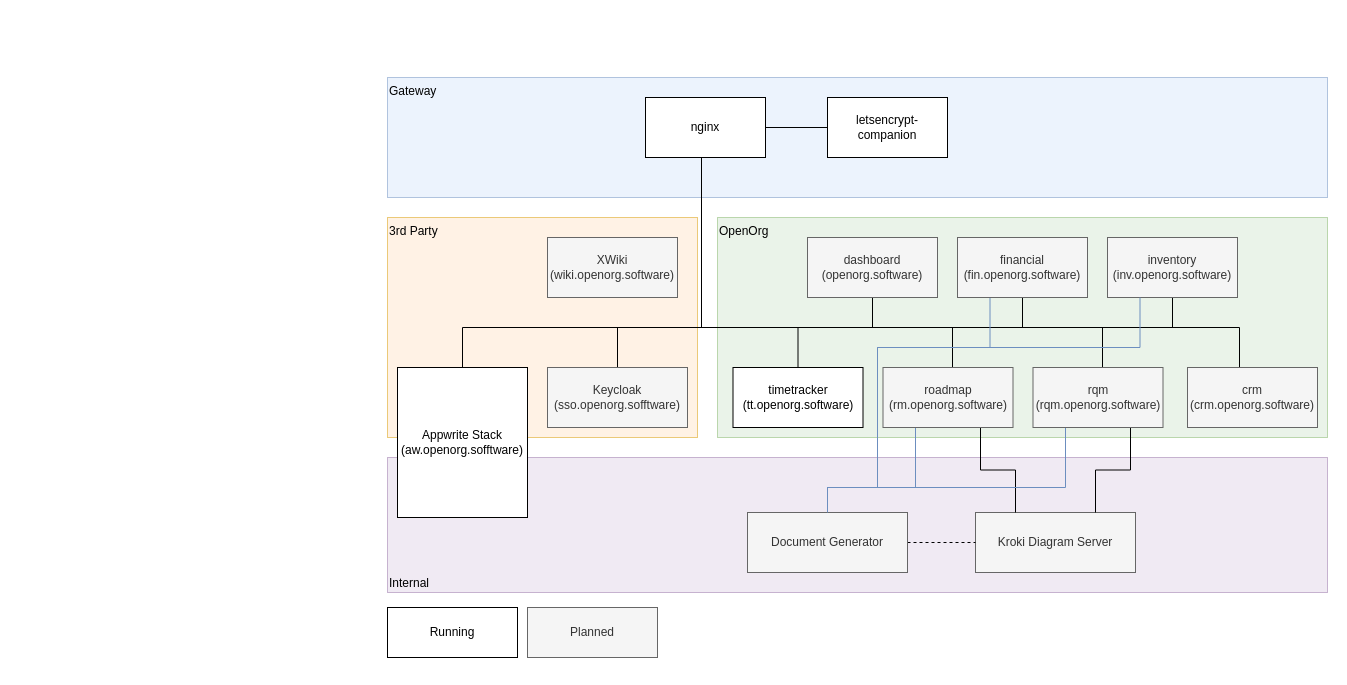
Above: .drawings/overview.drawio in openorg-software/openorg-docker-compose (draw.io), before the change. Source tidied: cells renumbered, new cells numbered last; positions are measured from the earlier drawing's top-left corner, leaving out a move shared by most shapes. Both pictures are drawn from the tidied source at 100%, with x=0, y=0 at pixel (387, 77).
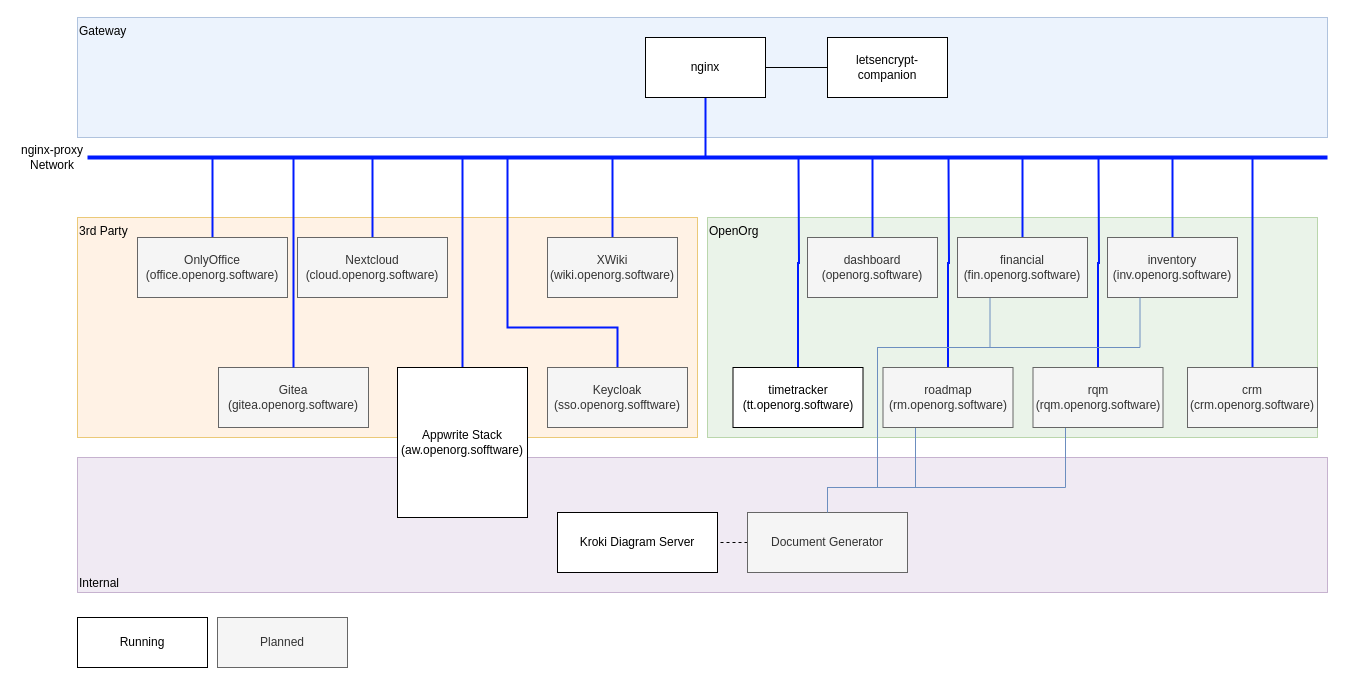
After the change.

Unchanged cells that the change refers to:
```xml
<mxCell id="6" value="Appwrite Stack&lt;br&gt;(aw.openorg.sofftware)" style="rounded=0;whiteSpace=wrap;html=1;" parent="1" vertex="1">
  <mxGeometry x="10" y="290" width="130" height="150" as="geometry" />
</mxCell>
<mxCell id="7" value="timetracker&lt;br&gt;(tt.openorg.software)" style="rounded=0;whiteSpace=wrap;html=1;" parent="1" vertex="1">
  <mxGeometry x="345.5" y="290" width="130" height="60" as="geometry" />
</mxCell>
<mxCell id="20" value="Keycloak&lt;br&gt;(sso.openorg.sofftware)" style="rounded=0;whiteSpace=wrap;html=1;fillColor=#f5f5f5;strokeColor=#666666;fontColor=#333333;" parent="1" vertex="1">
  <mxGeometry x="160" y="290" width="140" height="60" as="geometry" />
</mxCell>
<mxCell id="24" value="roadmap&lt;br&gt;(rm.openorg.software)" style="rounded=0;whiteSpace=wrap;html=1;fillColor=#f5f5f5;strokeColor=#666666;fontColor=#333333;" parent="1" vertex="1">
  <mxGeometry x="495.5" y="290" width="130" height="60" as="geometry" />
</mxCell>
<mxCell id="27" value="rqm&lt;br&gt;(rqm.openorg.software)" style="rounded=0;whiteSpace=wrap;html=1;fillColor=#f5f5f5;strokeColor=#666666;fontColor=#333333;" parent="1" vertex="1">
  <mxGeometry x="645.5" y="290" width="130" height="60" as="geometry" />
</mxCell>
<mxCell id="28" value="dashboard&lt;br&gt;(openorg.software)" style="rounded=0;whiteSpace=wrap;html=1;sketch=0;glass=0;fillColor=#f5f5f5;strokeColor=#666666;fontColor=#333333;" parent="1" vertex="1">
  <mxGeometry x="420" y="160" width="130" height="60" as="geometry" />
</mxCell>
<mxCell id="29" value="crm&lt;br&gt;(crm.openorg.software)" style="rounded=0;whiteSpace=wrap;html=1;fillColor=#f5f5f5;strokeColor=#666666;fontColor=#333333;" parent="1" vertex="1">
  <mxGeometry x="800" y="290" width="130" height="60" as="geometry" />
</mxCell>
<mxCell id="33" value="financial&lt;br&gt;(fin.openorg.software)" style="rounded=0;whiteSpace=wrap;html=1;fillColor=#f5f5f5;strokeColor=#666666;fontColor=#333333;" parent="1" vertex="1">
  <mxGeometry x="570" y="160" width="130" height="60" as="geometry" />
</mxCell>
<mxCell id="34" value="inventory&lt;br&gt;(inv.openorg.software)" style="rounded=0;whiteSpace=wrap;html=1;fillColor=#f5f5f5;strokeColor=#666666;fontColor=#333333;" parent="1" vertex="1">
  <mxGeometry x="720" y="160" width="130" height="60" as="geometry" />
</mxCell>
<mxCell id="36" value="Document Generator" style="rounded=0;whiteSpace=wrap;html=1;fillColor=#f5f5f5;strokeColor=#666666;fontColor=#333333;" parent="1" vertex="1">
  <mxGeometry x="360" y="435" width="160" height="60" as="geometry" />
</mxCell>
<mxCell id="37" value="XWiki&lt;br&gt;(wiki.openorg.software)" style="rounded=0;whiteSpace=wrap;html=1;fillColor=#f5f5f5;strokeColor=#666666;fontColor=#333333;" parent="1" vertex="1">
  <mxGeometry x="160" y="160" width="130" height="60" as="geometry" />
</mxCell>
```

Diff of the diagram source:
```diff
@@
     <mxCell id="2" value="Internal" style="rounded=0;whiteSpace=wrap;html=1;align=left;verticalAlign=bottom;opacity=50;fillColor=#e1d5e7;strokeColor=#9673a6;" parent="1" vertex="1">
-      <mxGeometry y="380" width="940" height="135" as="geometry" />
+      <mxGeometry x="-310" y="380" width="1250" height="135" as="geometry" />
     </mxCell>
     <mxCell id="3" value="Gateway" style="rounded=0;whiteSpace=wrap;html=1;align=left;verticalAlign=top;fillColor=#dae8fc;strokeColor=#6c8ebf;opacity=50;" parent="1" vertex="1">
-      <mxGeometry width="940" height="120" as="geometry" />
+      <mxGeometry x="-310" y="-60" width="1250" height="120" as="geometry" />
     </mxCell>
     <mxCell id="4" value="OpenOrg" style="rounded=0;whiteSpace=wrap;html=1;align=left;verticalAlign=top;opacity=50;fillColor=#d5e8d4;strokeColor=#82b366;" parent="1" vertex="1">
-      <mxGeometry x="330" y="140" width="610" height="220" as="geometry" />
+      <mxGeometry x="320" y="140" width="610" height="220" as="geometry" />
     </mxCell>
     <mxCell id="5" value="3rd Party" style="rounded=0;whiteSpace=wrap;html=1;align=left;verticalAlign=top;opacity=50;fillColor=#ffe6cc;strokeColor=#d79b00;" parent="1" vertex="1">
-      <mxGeometry y="140" width="310" height="220" as="geometry" />
+      <mxGeometry x="-310" y="140" width="620" height="220" as="geometry" />
     </mxCell>
+    <mxCell id="39" style="edgeStyle=orthogonalEdgeStyle;rounded=0;jettySize=auto;html=1;exitX=0.5;exitY=0;exitDx=0;exitDy=0;endArrow=none;endFill=0;strokeColor=#001AFF;strokeWidth=2;" parent="1" edge="1" source="6">
+      <mxGeometry relative="1" as="geometry">
+        <mxPoint x="75" y="80" as="targetPoint" />
+      </mxGeometry>
+    </mxCell>
@@
+    <mxCell id="40" style="edgeStyle=orthogonalEdgeStyle;rounded=0;jettySize=auto;html=1;exitX=0.5;exitY=0;exitDx=0;exitDy=0;endArrow=none;endFill=0;strokeColor=#001AFF;strokeWidth=2;" parent="1" edge="1" source="7">
+      <mxGeometry relative="1" as="geometry">
+        <mxPoint x="411" y="80" as="targetPoint" />
+      </mxGeometry>
+    </mxCell>
@@
-    <mxCell id="9" style="edgeStyle=orthogonalEdgeStyle;rounded=0;jettySize=auto;html=1;exitX=0.5;exitY=1;exitDx=0;exitDy=0;entryX=0.5;entryY=0;entryDx=0;entryDy=0;endArrow=none;endFill=0;" parent="1" edge="1" source="18" target="7">
-      <mxGeometry relative="1" as="geometry">
-        <Array as="points">
-          <mxPoint x="314" y="250" />
-          <mxPoint x="410" y="250" />
-        </Array>
-      </mxGeometry>
-    </mxCell>
-    <mxCell id="10" style="edgeStyle=orthogonalEdgeStyle;rounded=0;jettySize=auto;html=1;exitX=0.5;exitY=1;exitDx=0;exitDy=0;endArrow=none;endFill=0;entryX=0.5;entryY=0;entryDx=0;entryDy=0;" parent="1" edge="1" source="18" target="6">
-      <mxGeometry relative="1" as="geometry">
-        <Array as="points">
-          <mxPoint x="314" y="250" />
-          <mxPoint x="75" y="250" />
-        </Array>
-      </mxGeometry>
-    </mxCell>
-    <mxCell id="11" style="edgeStyle=orthogonalEdgeStyle;rounded=0;jettySize=auto;html=1;exitX=0.5;exitY=1;exitDx=0;exitDy=0;entryX=0.5;entryY=0;entryDx=0;entryDy=0;endArrow=none;endFill=0;" parent="1" edge="1" source="18" target="24">
-      <mxGeometry relative="1" as="geometry">
-        <Array as="points">
-          <mxPoint x="314" y="250" />
-          <mxPoint x="565" y="250" />
-          <mxPoint x="565" y="290" />
-        </Array>
-      </mxGeometry>
-    </mxCell>
-    <mxCell id="12" style="edgeStyle=orthogonalEdgeStyle;rounded=0;jettySize=auto;html=1;exitX=0.5;exitY=1;exitDx=0;exitDy=0;entryX=0.5;entryY=0;entryDx=0;entryDy=0;endArrow=none;endFill=0;" parent="1" edge="1" source="18" target="20">
-      <mxGeometry relative="1" as="geometry">
-        <Array as="points">
-          <mxPoint x="314" y="250" />
-          <mxPoint x="230" y="250" />
-        </Array>
-      </mxGeometry>
-    </mxCell>
-    <mxCell id="13" style="edgeStyle=orthogonalEdgeStyle;rounded=0;jettySize=auto;html=1;exitX=0.5;exitY=1;exitDx=0;exitDy=0;entryX=0.5;entryY=1;entryDx=0;entryDy=0;endArrow=none;endFill=0;" parent="1" edge="1" source="18" target="28">
-      <mxGeometry relative="1" as="geometry">
-        <Array as="points">
-          <mxPoint x="314" y="250" />
-          <mxPoint x="485" y="250" />
-        </Array>
-      </mxGeometry>
-    </mxCell>
-    <mxCell id="14" style="edgeStyle=orthogonalEdgeStyle;rounded=0;jettySize=auto;html=1;exitX=0.5;exitY=1;exitDx=0;exitDy=0;entryX=0.5;entryY=0;entryDx=0;entryDy=0;endArrow=none;endFill=0;" parent="1" edge="1" source="18" target="27">
-      <mxGeometry relative="1" as="geometry">
-        <Array as="points">
-          <mxPoint x="314" y="250" />
-          <mxPoint x="715" y="250" />
-          <mxPoint x="715" y="290" />
-        </Array>
-      </mxGeometry>
-    </mxCell>
-    <mxCell id="15" style="edgeStyle=orthogonalEdgeStyle;rounded=0;jettySize=auto;html=1;exitX=0.5;exitY=1;exitDx=0;exitDy=0;entryX=0.5;entryY=0;entryDx=0;entryDy=0;endArrow=none;endFill=0;" parent="1" edge="1" source="18" target="29">
-      <mxGeometry relative="1" as="geometry">
-        <Array as="points">
-          <mxPoint x="314" y="250" />
-          <mxPoint x="852" y="250" />
-          <mxPoint x="852" y="290" />
-        </Array>
-      </mxGeometry>
-    </mxCell>
-    <mxCell id="16" style="edgeStyle=orthogonalEdgeStyle;rounded=0;jettySize=auto;html=1;exitX=0.5;exitY=1;exitDx=0;exitDy=0;entryX=0.5;entryY=1;entryDx=0;entryDy=0;endArrow=none;endFill=0;" parent="1" edge="1" source="18" target="33">
-      <mxGeometry relative="1" as="geometry">
-        <Array as="points">
-          <mxPoint x="314" y="250" />
-          <mxPoint x="635" y="250" />
-        </Array>
-      </mxGeometry>
-    </mxCell>
-    <mxCell id="17" style="edgeStyle=orthogonalEdgeStyle;rounded=0;jettySize=auto;html=1;exitX=0.5;exitY=1;exitDx=0;exitDy=0;entryX=0.5;entryY=1;entryDx=0;entryDy=0;endArrow=none;endFill=0;" parent="1" edge="1" source="18" target="34">
-      <mxGeometry relative="1" as="geometry">
-        <Array as="points">
-          <mxPoint x="314" y="80" />
-          <mxPoint x="314" y="250" />
-          <mxPoint x="785" y="250" />
-        </Array>
-      </mxGeometry>
-    </mxCell>
+    <mxCell id="41" style="edgeStyle=orthogonalEdgeStyle;rounded=0;jettySize=auto;html=1;exitX=0.5;exitY=1;exitDx=0;exitDy=0;endArrow=none;endFill=0;strokeColor=#001AFF;strokeWidth=2;" parent="1" edge="1" source="18">
+      <mxGeometry relative="1" as="geometry">
+        <mxPoint x="318" y="80" as="targetPoint" />
+      </mxGeometry>
+    </mxCell>
     <mxCell id="18" value="nginx" style="rounded=0;whiteSpace=wrap;html=1;" parent="1" vertex="1">
-      <mxGeometry x="258" y="20" width="120" height="60" as="geometry" />
+      <mxGeometry x="258" y="-40" width="120" height="60" as="geometry" />
     </mxCell>
     <mxCell id="19" value="letsencrypt-companion" style="rounded=0;whiteSpace=wrap;html=1;" parent="1" vertex="1">
-      <mxGeometry x="440" y="20" width="120" height="60" as="geometry" />
+      <mxGeometry x="440" y="-40" width="120" height="60" as="geometry" />
     </mxCell>
+    <mxCell id="42" style="edgeStyle=orthogonalEdgeStyle;rounded=0;jettySize=auto;html=1;exitX=0.5;exitY=0;exitDx=0;exitDy=0;endArrow=none;endFill=0;strokeColor=#001AFF;strokeWidth=2;" parent="1" edge="1" source="20">
+      <mxGeometry relative="1" as="geometry">
+        <mxPoint x="120" y="80" as="targetPoint" />
+        <Array as="points">
+          <mxPoint x="230" y="250" />
+          <mxPoint x="120" y="250" />
+        </Array>
+      </mxGeometry>
+    </mxCell>
@@
-    <mxCell id="21" value="Kroki Diagram Server" style="rounded=0;whiteSpace=wrap;html=1;fillColor=#f5f5f5;strokeColor=#666666;fontColor=#333333;" parent="1" vertex="1">
-      <mxGeometry x="588" y="435" width="160" height="60" as="geometry" />
+    <mxCell id="21" value="Kroki Diagram Server" style="rounded=0;whiteSpace=wrap;html=1;" parent="1" vertex="1">
+      <mxGeometry x="170" y="435" width="160" height="60" as="geometry" />
     </mxCell>
-    <mxCell id="22" style="edgeStyle=orthogonalEdgeStyle;rounded=0;jettySize=auto;html=1;exitX=0.75;exitY=1;exitDx=0;exitDy=0;entryX=0.25;entryY=0;entryDx=0;entryDy=0;endArrow=none;endFill=0;" parent="1" edge="1" source="24" target="21">
-      <mxGeometry relative="1" as="geometry" />
-    </mxCell>
@@
+    <mxCell id="43" style="edgeStyle=orthogonalEdgeStyle;rounded=0;jettySize=auto;html=1;exitX=0.5;exitY=0;exitDx=0;exitDy=0;endArrow=none;endFill=0;strokeColor=#001AFF;strokeWidth=2;" parent="1" edge="1" source="24">
+      <mxGeometry relative="1" as="geometry">
+        <mxPoint x="561" y="80" as="targetPoint" />
+      </mxGeometry>
+    </mxCell>
@@
-    <mxCell id="25" style="edgeStyle=orthogonalEdgeStyle;rounded=0;jettySize=auto;html=1;exitX=0.75;exitY=1;exitDx=0;exitDy=0;entryX=0.75;entryY=0;entryDx=0;entryDy=0;endArrow=none;endFill=0;" parent="1" edge="1" source="27" target="21">
-      <mxGeometry relative="1" as="geometry" />
-    </mxCell>
@@
+    <mxCell id="44" style="edgeStyle=orthogonalEdgeStyle;rounded=0;jettySize=auto;html=1;exitX=0.5;exitY=0;exitDx=0;exitDy=0;endArrow=none;endFill=0;strokeColor=#001AFF;strokeWidth=2;" parent="1" edge="1" source="27">
+      <mxGeometry relative="1" as="geometry">
+        <mxPoint x="711" y="80" as="targetPoint" />
+      </mxGeometry>
+    </mxCell>
@@
+    <mxCell id="45" style="edgeStyle=orthogonalEdgeStyle;rounded=0;jettySize=auto;html=1;exitX=0.5;exitY=0;exitDx=0;exitDy=0;endArrow=none;endFill=0;strokeColor=#001AFF;strokeWidth=2;" parent="1" edge="1" source="28">
+      <mxGeometry relative="1" as="geometry">
+        <mxPoint x="485" y="80" as="targetPoint" />
+      </mxGeometry>
+    </mxCell>
@@
+    <mxCell id="46" style="edgeStyle=orthogonalEdgeStyle;rounded=0;jettySize=auto;html=1;exitX=0.5;exitY=0;exitDx=0;exitDy=0;endArrow=none;endFill=0;strokeColor=#001AFF;strokeWidth=2;" parent="1" edge="1" source="29">
+      <mxGeometry relative="1" as="geometry">
+        <mxPoint x="865" y="80" as="targetPoint" />
+      </mxGeometry>
+    </mxCell>
@@
     <mxCell id="30" value="Running" style="rounded=0;whiteSpace=wrap;html=1;" parent="1" vertex="1">
-      <mxGeometry y="530" width="130" height="50" as="geometry" />
+      <mxGeometry x="-310" y="540" width="130" height="50" as="geometry" />
     </mxCell>
     <mxCell id="31" value="Planned" style="rounded=0;whiteSpace=wrap;html=1;fillColor=#f5f5f5;strokeColor=#666666;fontColor=#333333;" parent="1" vertex="1">
-      <mxGeometry x="140" y="530" width="130" height="50" as="geometry" />
+      <mxGeometry x="-170" y="540" width="130" height="50" as="geometry" />
     </mxCell>
@@
+    <mxCell id="47" style="edgeStyle=orthogonalEdgeStyle;rounded=0;jettySize=auto;html=1;exitX=0.5;exitY=0;exitDx=0;exitDy=0;endArrow=none;endFill=0;strokeColor=#001AFF;strokeWidth=2;" parent="1" edge="1" source="33">
+      <mxGeometry relative="1" as="geometry">
+        <mxPoint x="635" y="80" as="targetPoint" />
+      </mxGeometry>
+    </mxCell>
@@
+    <mxCell id="48" style="edgeStyle=orthogonalEdgeStyle;rounded=0;jettySize=auto;html=1;exitX=0.5;exitY=0;exitDx=0;exitDy=0;endArrow=none;endFill=0;strokeColor=#001AFF;strokeWidth=2;" parent="1" edge="1" source="34">
+      <mxGeometry relative="1" as="geometry">
+        <mxPoint x="785" y="80" as="targetPoint" />
+      </mxGeometry>
+    </mxCell>
@@
-    <mxCell id="35" style="edgeStyle=orthogonalEdgeStyle;rounded=0;jettySize=auto;html=1;exitX=1;exitY=0.5;exitDx=0;exitDy=0;entryX=0;entryY=0.5;entryDx=0;entryDy=0;endArrow=none;endFill=0;dashed=1;" parent="1" edge="1" source="36" target="21">
+    <mxCell id="35" style="edgeStyle=orthogonalEdgeStyle;rounded=0;jettySize=auto;html=1;exitX=0;exitY=0.5;exitDx=0;exitDy=0;entryX=1;entryY=0.5;entryDx=0;entryDy=0;endArrow=none;endFill=0;dashed=1;" parent="1" edge="1" source="36" target="21">
       <mxGeometry relative="1" as="geometry" />
     </mxCell>
@@
+    <mxCell id="49" style="edgeStyle=orthogonalEdgeStyle;rounded=0;jettySize=auto;html=1;exitX=0.5;exitY=0;exitDx=0;exitDy=0;endArrow=none;endFill=0;strokeColor=#001AFF;strokeWidth=2;" parent="1" edge="1" source="37">
+      <mxGeometry relative="1" as="geometry">
+        <mxPoint x="225" y="80" as="targetPoint" />
+      </mxGeometry>
+    </mxCell>
@@
+    <mxCell id="50" style="edgeStyle=orthogonalEdgeStyle;rounded=0;jettySize=auto;html=1;exitX=0.5;exitY=0;exitDx=0;exitDy=0;strokeColor=#001AFF;strokeWidth=2;endArrow=none;endFill=0;" parent="1" edge="1" source="51">
+      <mxGeometry relative="1" as="geometry">
+        <mxPoint x="-15" y="80" as="targetPoint" />
+        <Array as="points">
+          <mxPoint x="-15" y="80" />
+        </Array>
+      </mxGeometry>
+    </mxCell>
+    <mxCell id="51" value="Nextcloud&lt;br&gt;(cloud.openorg.software)" style="rounded=0;whiteSpace=wrap;html=1;fillColor=#f5f5f5;strokeColor=#666666;fontColor=#333333;" parent="1" vertex="1">
+      <mxGeometry x="-90" y="160" width="150" height="60" as="geometry" />
+    </mxCell>
+    <mxCell id="52" style="edgeStyle=orthogonalEdgeStyle;rounded=0;jettySize=auto;html=1;exitX=0.5;exitY=0;exitDx=0;exitDy=0;endArrow=none;endFill=0;strokeColor=#001AFF;strokeWidth=2;" parent="1" edge="1" source="53">
+      <mxGeometry relative="1" as="geometry">
+        <mxPoint x="-175" y="80" as="targetPoint" />
+      </mxGeometry>
+    </mxCell>
+    <mxCell id="53" value="OnlyOffice&lt;br&gt;(office.openorg.software)" style="rounded=0;whiteSpace=wrap;html=1;fillColor=#f5f5f5;strokeColor=#666666;fontColor=#333333;" parent="1" vertex="1">
+      <mxGeometry x="-250" y="160" width="150" height="60" as="geometry" />
+    </mxCell>
+    <mxCell id="54" style="endArrow=none;html=1;strokeWidth=4;strokeColor=#001AFF;" parent="1" edge="1">
+      <mxGeometry relative="1" as="geometry">
+        <mxPoint x="940" y="80" as="sourcePoint" />
+        <mxPoint x="-300" y="80" as="targetPoint" />
+      </mxGeometry>
+    </mxCell>
+    <mxCell id="55" value="nginx-proxy&lt;br&gt;Network" style="text;html=1;strokeColor=none;fillColor=none;align=center;verticalAlign=middle;whiteSpace=wrap;rounded=0;" parent="1" vertex="1">
+      <mxGeometry x="-370" y="70" width="70" height="20" as="geometry" />
+    </mxCell>
+    <mxCell id="56" value="Gitea&lt;br&gt;(gitea.openorg.software)" style="rounded=0;whiteSpace=wrap;html=1;fillColor=#f5f5f5;strokeColor=#666666;fontColor=#333333;" parent="1" vertex="1">
+      <mxGeometry x="-169" y="290" width="150" height="60" as="geometry" />
+    </mxCell>
+    <mxCell id="57" style="edgeStyle=orthogonalEdgeStyle;rounded=0;jettySize=auto;html=1;exitX=0.5;exitY=0;exitDx=0;exitDy=0;endArrow=none;endFill=0;strokeColor=#001AFF;strokeWidth=2;" parent="1" edge="1" source="56">
+      <mxGeometry relative="1" as="geometry">
+        <mxPoint x="-94" y="81" as="targetPoint" />
+      </mxGeometry>
+    </mxCell>
```
